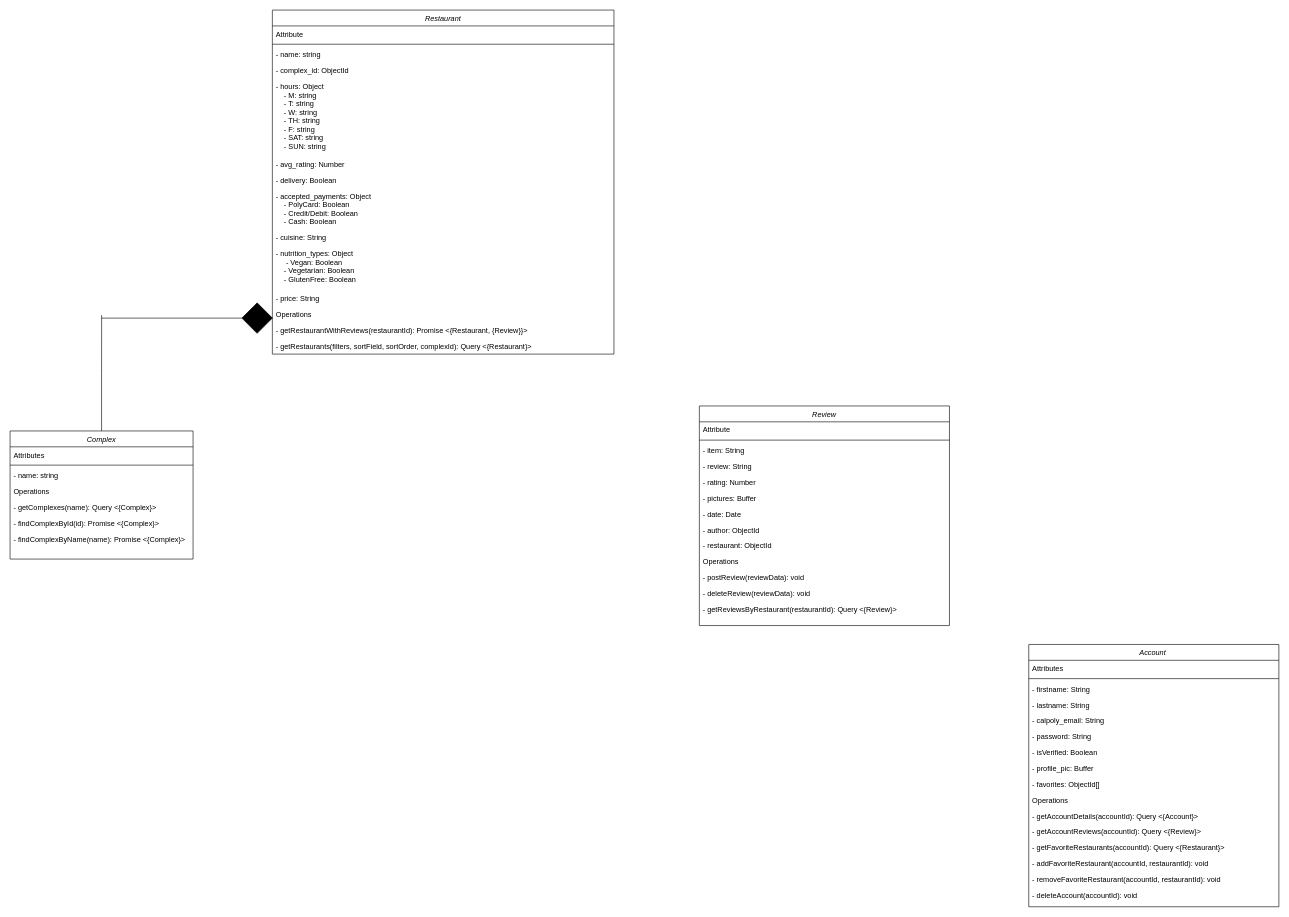
nickaan04/PolyEats keeps this draw.io diagram as Untitled Diagram.drawio. Above is the earlier version. Source tidied: cells renumbered, new cells numbered last; positions are measured from the earlier drawing's top-left corner, leaving out a move shared by most shapes. Both pictures are drawn from the tidied source at 61%, with x=0, y=0 at pixel (10, 10).
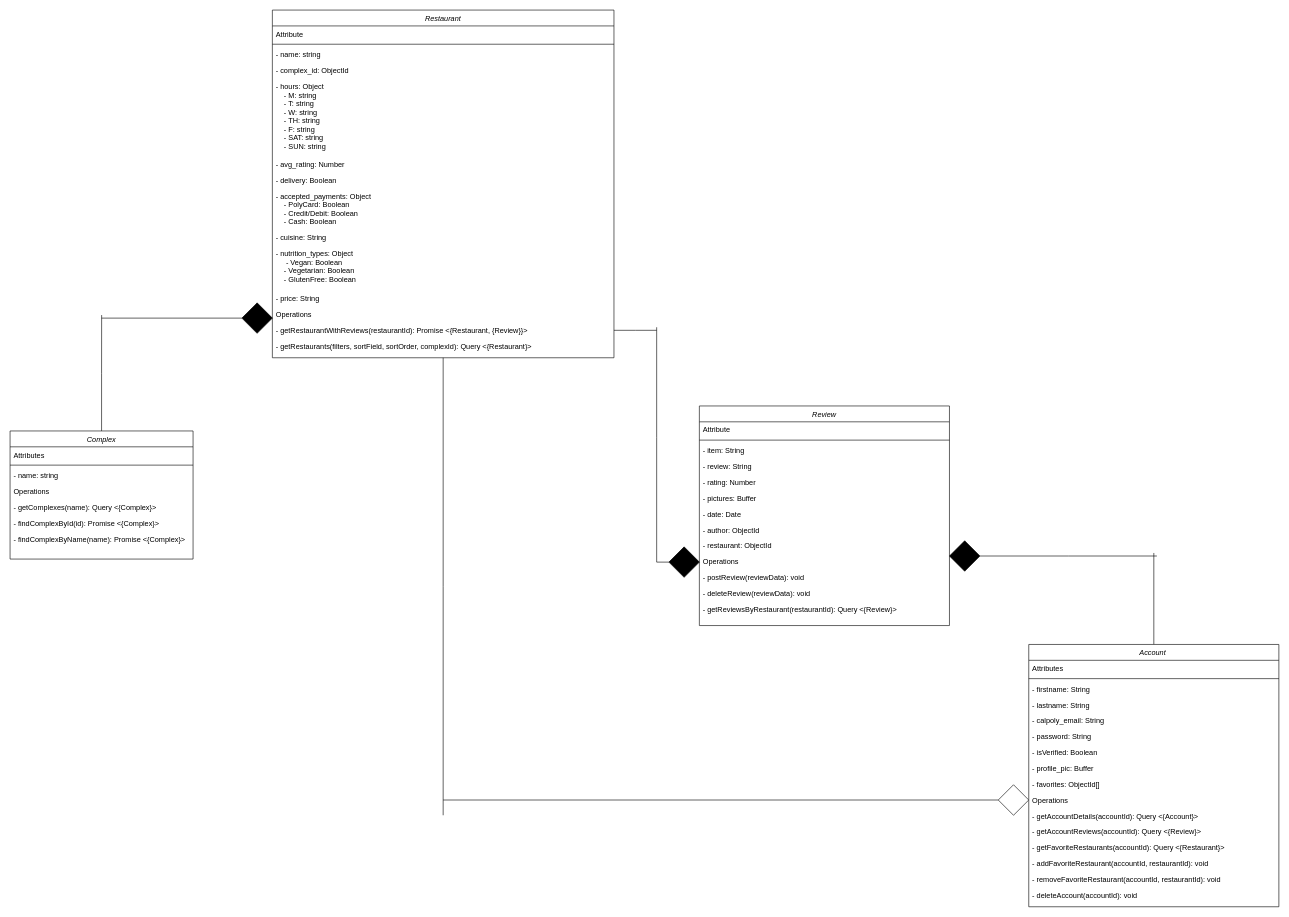
The same page after the edit.

Unchanged cells that the change refers to:
```xml
<mxCell id="2" value="Account " style="swimlane;fontStyle=2;align=center;verticalAlign=top;horizontal=1;startSize=26;rounded=0;shadow=0;strokeWidth=1;" parent="1" vertex="1">
  <mxGeometry x="1670" y="1040" width="410" height="430" as="geometry" />
</mxCell>
<mxCell id="41" value="- getRestaurantWithReviews(restaurantId): Promise &lt;{Restaurant, {Review}}&gt;" style="text;align=left;verticalAlign=top;spacingLeft=4;spacingRight=4;overflow=hidden;points=[[0,0.5],[1,0.5]];portConstraint=eastwest;" parent="28" vertex="1">
  <mxGeometry y="512" width="560" height="26" as="geometry" />
</mxCell>
```

Change to the diagram source:
```diff
@@
+    <mxCell id="59" style="edgeStyle=orthogonalEdgeStyle;rounded=0;jettySize=auto;html=1;exitX=0.5;exitY=0;exitDx=0;exitDy=0;endArrow=none;endFill=0;" parent="1" edge="1" source="2">
+      <mxGeometry relative="1" as="geometry">
+        <mxPoint x="1875" y="890" as="targetPoint" />
+      </mxGeometry>
+    </mxCell>
@@
+    <mxCell id="60" style="edgeStyle=orthogonalEdgeStyle;rounded=0;jettySize=auto;html=1;exitX=0.5;exitY=1;exitDx=0;exitDy=0;endArrow=none;endFill=0;" parent="1" edge="1" source="28">
+      <mxGeometry relative="1" as="geometry">
+        <mxPoint x="710" y="1320" as="targetPoint" />
+      </mxGeometry>
+    </mxCell>
     <mxCell id="28" value="Restaurant" style="swimlane;fontStyle=2;align=center;verticalAlign=top;horizontal=1;startSize=26;rounded=0;shadow=0;strokeWidth=1;" parent="1" vertex="1">
-      <mxGeometry x="430" width="560" height="564" as="geometry" />
+      <mxGeometry x="430" width="560" height="570" as="geometry" />
     </mxCell>
@@
+    <mxCell id="61" style="edgeStyle=orthogonalEdgeStyle;rounded=0;jettySize=auto;html=1;exitX=1;exitY=0.5;exitDx=0;exitDy=0;endArrow=none;endFill=0;" parent="28" edge="1" source="41">
+      <mxGeometry relative="1" as="geometry">
+        <mxPoint x="630" y="525" as="targetPoint" />
+      </mxGeometry>
+    </mxCell>
@@
+    <mxCell id="62" style="edgeStyle=orthogonalEdgeStyle;rounded=0;jettySize=auto;html=1;exitX=0;exitY=0.5;exitDx=0;exitDy=0;endArrow=none;endFill=0;" parent="1" edge="1" source="63">
+      <mxGeometry relative="1" as="geometry">
+        <mxPoint x="1060" y="520" as="targetPoint" />
+      </mxGeometry>
+    </mxCell>
+    <mxCell id="63" style="rhombus;whiteSpace=wrap;html=1;fillColor=#000000;" parent="1" vertex="1">
+      <mxGeometry x="1080" y="880" width="50" height="50" as="geometry" />
+    </mxCell>
+    <mxCell id="64" style="edgeStyle=orthogonalEdgeStyle;rounded=0;jettySize=auto;html=1;exitX=1;exitY=0.5;exitDx=0;exitDy=0;endArrow=none;endFill=0;" parent="1" edge="1" source="65">
+      <mxGeometry relative="1" as="geometry">
+        <mxPoint x="1880" y="895" as="targetPoint" />
+      </mxGeometry>
+    </mxCell>
+    <mxCell id="65" style="rhombus;whiteSpace=wrap;html=1;fillColor=#000000;" parent="1" vertex="1">
+      <mxGeometry x="1540" y="870" width="50" height="50" as="geometry" />
+    </mxCell>
+    <mxCell id="66" style="edgeStyle=orthogonalEdgeStyle;rounded=0;jettySize=auto;html=1;exitX=0;exitY=0.5;exitDx=0;exitDy=0;endArrow=none;endFill=0;" parent="1" edge="1" source="67">
+      <mxGeometry relative="1" as="geometry">
+        <mxPoint x="710" y="1295" as="targetPoint" />
+      </mxGeometry>
+    </mxCell>
+    <mxCell id="67" style="rhombus;whiteSpace=wrap;html=1;fillColor=#FFFFFF;" parent="1" vertex="1">
+      <mxGeometry x="1620" y="1270" width="50" height="50" as="geometry" />
+    </mxCell>
```
